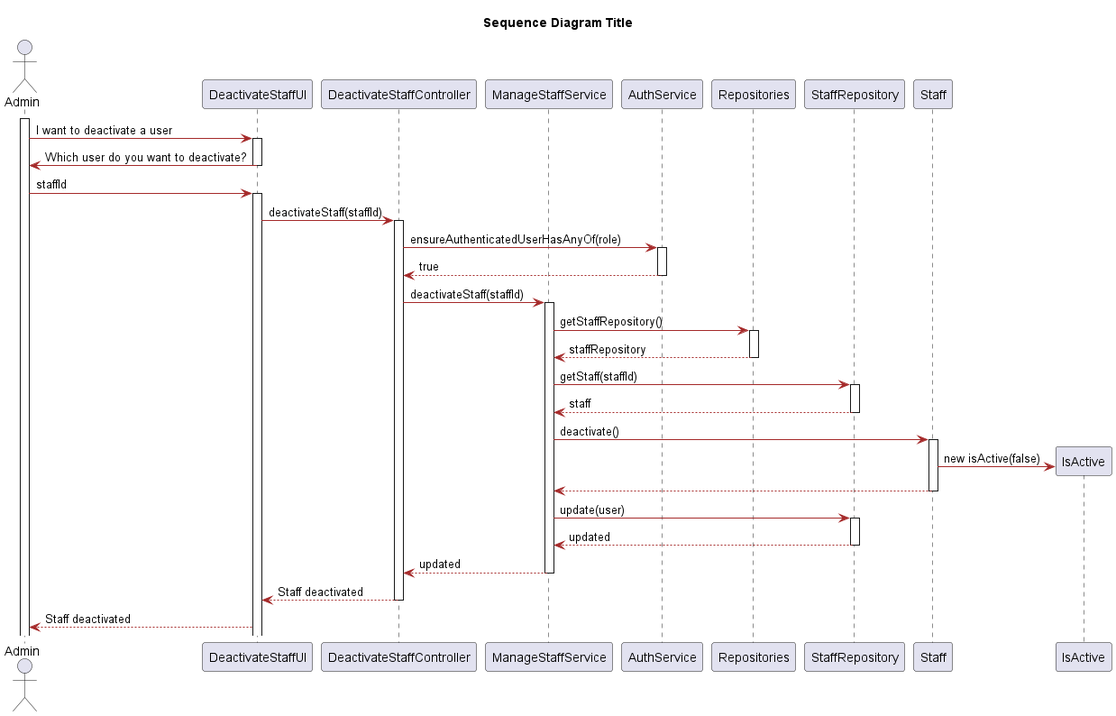
Above: Docs/Sprint1/UserStories/LAPR5/us5114/design/png/sequence-diagram.png in LAPR5-043/sem_5_24_25_043 (PlantUML), before the change. Its diagram source:
```plantuml
@startuml
title Sequence Diagram Title
skinparam classAttributeIconSize 0

skinparam class {
    LifeLineBorderColor DodgerBlue
    LifeLineBackgroundColor APPLICATION
    BackgroundColor LemonChiffon
    ArrowColor Brown
    BorderColor SaddleBrown
}

skinparam packageStyle rectangle

skinparam card {
    LifeLineBorderColor DodgerBlue
    LifeLineBackgroundColor APPLICATION
    BackgroundColor LemonChiffon
    ArrowColor Brown
    BorderColor SaddleBrown
}

actor Admin
participant "DeactivateStaffUI" as UI
participant "DeactivateStaffController" as Controller
participant "ManageStaffService" as userS
participant "AuthService" as auth
participant "Repositories" as Repositories
participant "StaffRepository" as userR
participant "Staff" as user
participant "IsActive" as status

activate Admin
Admin -> UI: I want to deactivate a user
activate UI
UI -> Admin : Which user do you want to deactivate?
deactivate UI
Admin -> UI : staffId
activate UI
UI -> Controller: deactivateStaff(staffId)
activate Controller
Controller -> auth: ensureAuthenticatedUserHasAnyOf(role)
activate auth
auth --> Controller:  true
deactivate auth
Controller -> userS : deactivateStaff(staffId)
activate userS
userS -> Repositories : getStaffRepository()
activate Repositories
Repositories --> userS : staffRepository
deactivate Repositories
userS -> userR : getStaff(staffId)
activate userR
userR --> userS : staff
deactivate userR
userS -> user : deactivate()
activate user
user -> status**: new isActive(false)
user--> userS
deactivate user
userS -> userR : update(user)
activate userR
userR --> userS : updated
deactivate userR
userS --> Controller : updated
deactivate userS
Controller --> UI : Staff deactivated
deactivate Controller
UI --> Admin : Staff deactivated











@enduml
```
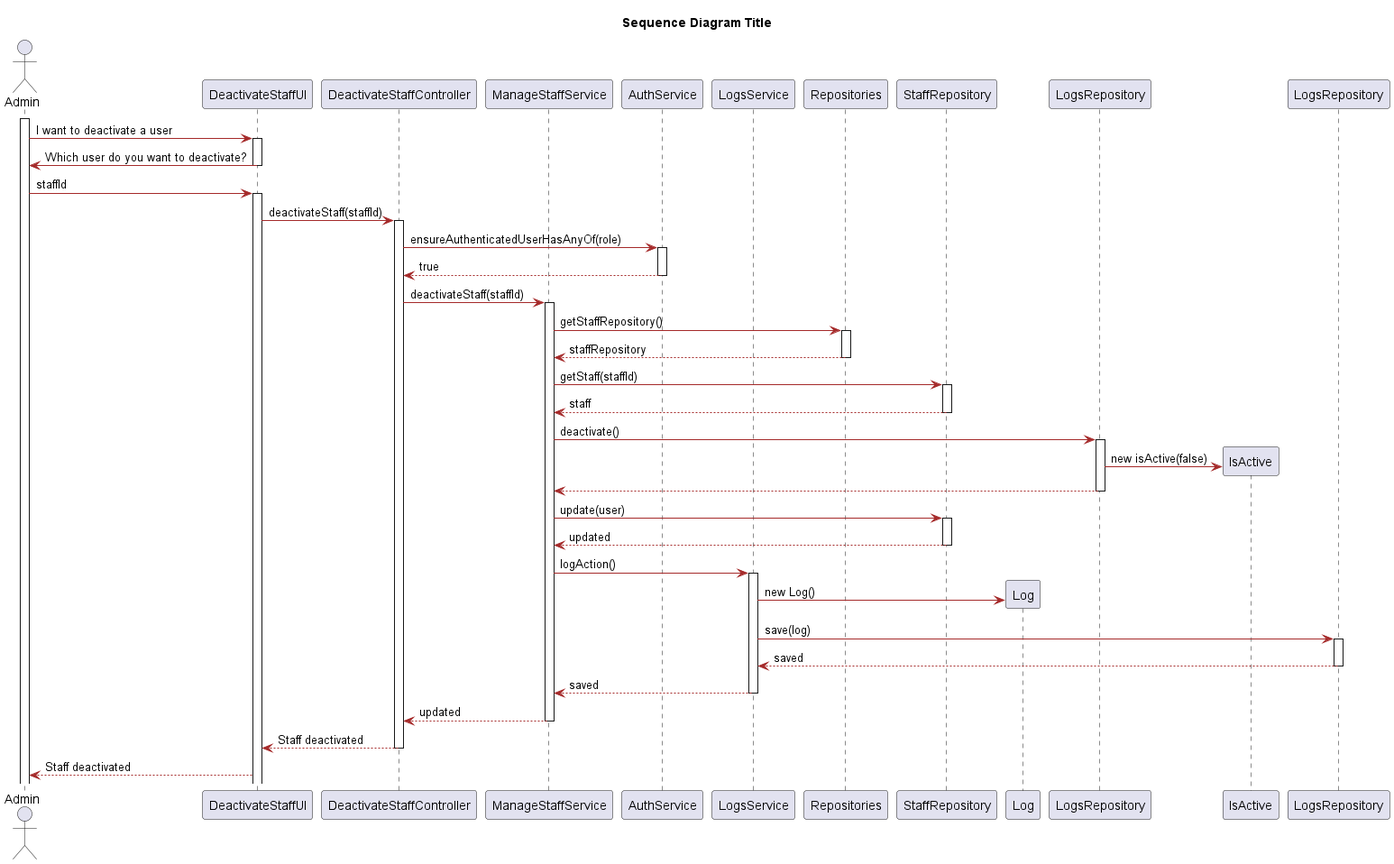
The same diagram one commit later.

Commit message:
#17 Add the logs function to the diagrams

What changed in the source:
```diff
@@ -25,8 +25,11 @@
 participant "DeactivateStaffController" as Controller
 participant "ManageStaffService" as userS
 participant "AuthService" as auth
+participant "LogsService" as Logs
 participant "Repositories" as Repositories
 participant "StaffRepository" as userR
+participant "LogsRepository" as user
+participant "Log" as log
 participant "Staff" as user
 participant "IsActive" as status
 
@@ -62,6 +65,15 @@
 activate userR
 userR --> userS : updated
 deactivate userR
+userS -> Logs : logAction()
+activate Logs
+Logs -> log** : new Log()
+Logs -> LogsRepository : save(log)
+activate LogsRepository
+LogsRepository --> Logs : saved
+deactivate LogsRepository
+Logs --> userS : saved
+deactivate Logs
 userS --> Controller : updated
 deactivate userS
 Controller --> UI : Staff deactivated
```
